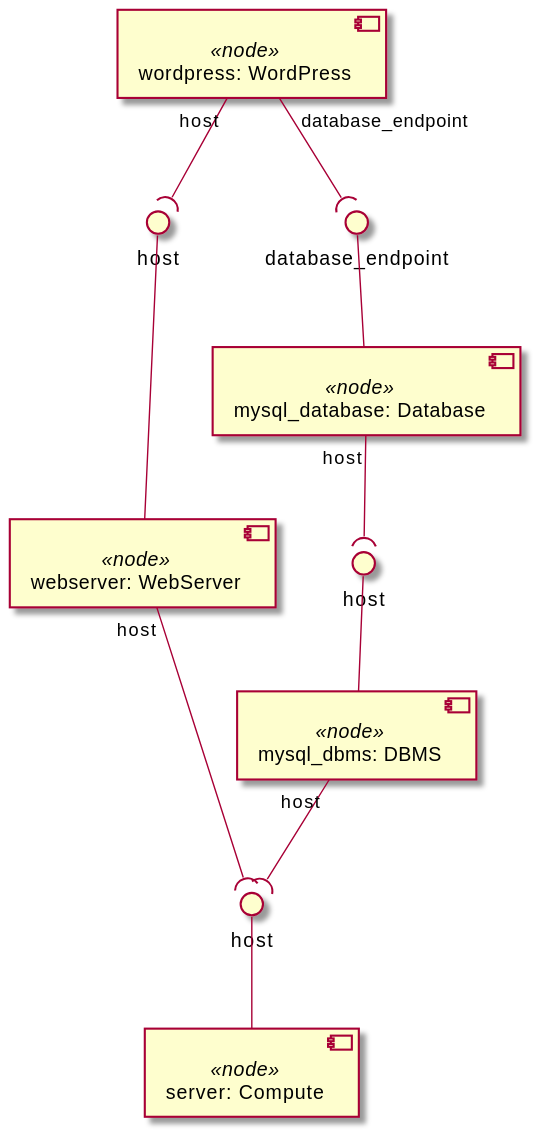
Before: examples/ariatosca/diagrams/uml2/webserver-dbms-1-1.0-uml2-component-diagram1.svg, a diagram exported from PlantUML (Orange-OpenSource/Cloudnet-TOSCA-toolbox).
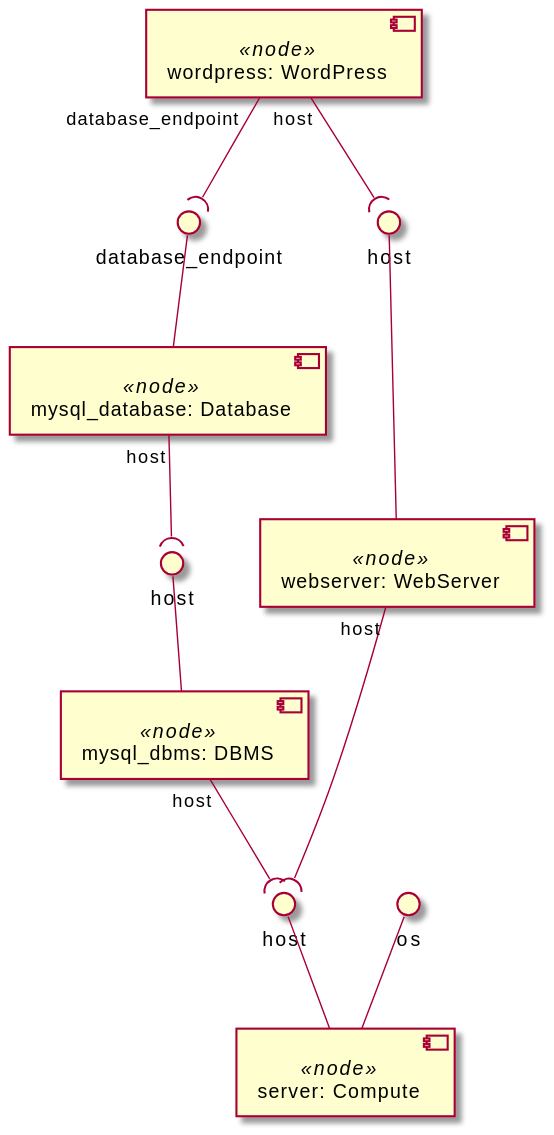
After the change.

Diff of the diagram source:
```diff
@@ -4,24 +4,26 @@
 component "wordpress: WordPress" <<node>> as node_wordpress
 
 component "mysql_database: Database" <<node>> as node_mysql_database
+interface "database_endpoint" as node_mysql_database_database_endpoint
+node_mysql_database_database_endpoint -- node_mysql_database
 
 component "mysql_dbms: DBMS" <<node>> as node_mysql_dbms
+interface "host" as node_mysql_dbms_host
+node_mysql_dbms_host -- node_mysql_dbms
 
 component "webserver: WebServer" <<node>> as node_webserver
+interface "host" as node_webserver_host
+node_webserver_host -- node_webserver
 
 component "server: Compute" <<node>> as node_server
-
-interface "host" as node_webserver_host
-node_webserver_host -- node_webserver
-node_wordpress "host" --( node_webserver_host
-interface "database_endpoint" as node_mysql_database_database_endpoint
-node_mysql_database_database_endpoint -- node_mysql_database
-node_wordpress "database_endpoint" --( node_mysql_database_database_endpoint
-interface "host" as node_mysql_dbms_host
-node_mysql_dbms_host -- node_mysql_dbms
-node_mysql_database "host" --( node_mysql_dbms_host
+interface "os" as node_server_os
+node_server_os -- node_server
 interface "host" as node_server_host
 node_server_host -- node_server
+
+node_wordpress "host" --( node_webserver_host
+node_wordpress "database_endpoint" --( node_mysql_database_database_endpoint
+node_mysql_database "host" --( node_mysql_dbms_host
 node_mysql_dbms "host" --( node_server_host
 node_webserver "host" --( node_server_host
 @enduml
```
